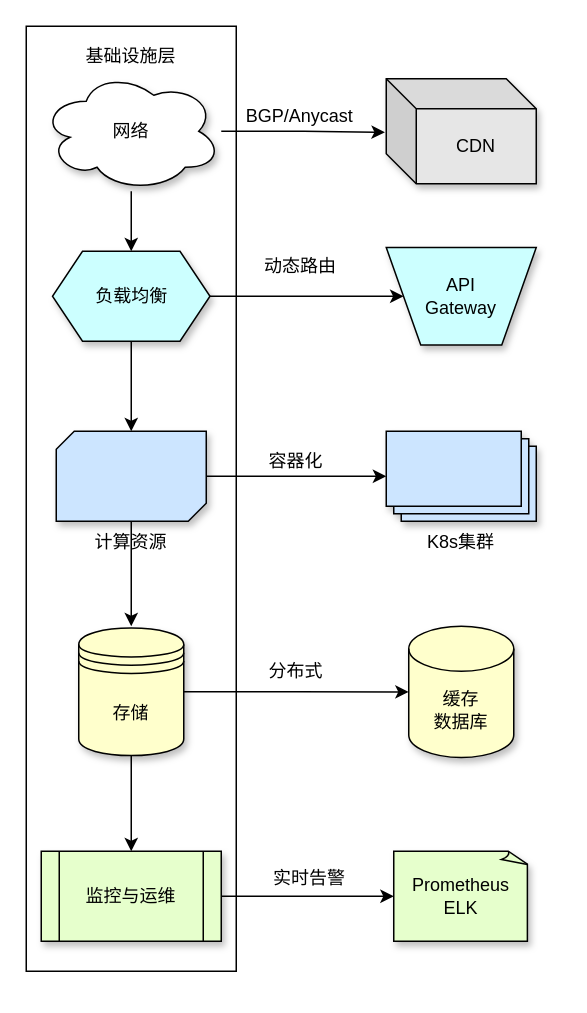
This is achitecture_diagram/架构分层-基础设施层.drawio from abigalexy/online_drawing, a draw.io file, before an edit. Source tidied: cells renumbered, new cells numbered last; positions are measured from the earlier drawing's top-left corner, leaving out a move shared by most shapes. Both pictures are drawn from the tidied source at 150%, with x=0, y=0 at pixel (26, 26).
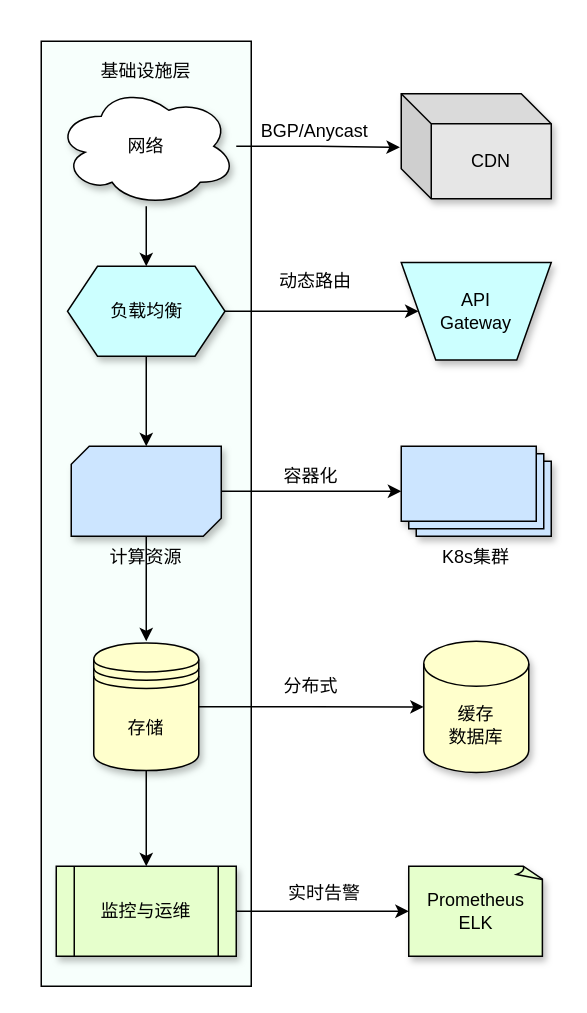
The same page after the edit.

Commit message:
更新架构分层-基础设施层.drawio

The edit, as a diff of the source:
```diff
@@
+    <mxCell id="28" style="group;" parent="1" vertex="1">
+      <mxGeometry x="10" y="10" width="340" height="630" as="geometry" />
+    </mxCell>
-    <mxCell id="2" style="rounded=0;whiteSpace=wrap;html=1;direction=south;" parent="1" vertex="1">
+    <mxCell id="2" style="rounded=0;whiteSpace=wrap;html=1;direction=south;fillColor=#F7FFFC;" parent="28" vertex="1">
       <mxGeometry width="140" height="630" as="geometry" />
     </mxCell>
-    <mxCell id="3" style="edgeStyle=orthogonalEdgeStyle;rounded=0;jettySize=auto;html=1;entryX=0.5;entryY=0;entryDx=0;entryDy=0;" parent="1" edge="1" source="4" target="6">
+    <mxCell id="3" style="edgeStyle=orthogonalEdgeStyle;rounded=0;jettySize=auto;html=1;entryX=0.5;entryY=0;entryDx=0;entryDy=0;" parent="28" edge="1" source="4" target="6">
       <mxGeometry relative="1" as="geometry" />
     </mxCell>
-    <mxCell id="4" value="网络" style="ellipse;shape=cloud;whiteSpace=wrap;html=1;shadow=1;fillColor=#FFFFFF;" parent="1" vertex="1">
+    <mxCell id="4" value="网络" style="ellipse;shape=cloud;whiteSpace=wrap;html=1;shadow=1;fillColor=#FFFFFF;" parent="28" vertex="1">
       <mxGeometry x="10" y="30" width="120" height="80" as="geometry" />
     </mxCell>
-    <mxCell id="5" style="edgeStyle=orthogonalEdgeStyle;rounded=0;jettySize=auto;html=1;exitX=1;exitY=0.5;exitDx=0;exitDy=0;entryX=0;entryY=0.5;entryDx=0;entryDy=0;" parent="1" edge="1" source="6" target="14">
+    <mxCell id="5" style="edgeStyle=orthogonalEdgeStyle;rounded=0;jettySize=auto;html=1;exitX=1;exitY=0.5;exitDx=0;exitDy=0;entryX=0;entryY=0.5;entryDx=0;entryDy=0;" parent="28" edge="1" source="6" target="14">
       <mxGeometry relative="1" as="geometry" />
     </mxCell>
-    <mxCell id="6" value="负载均衡" style="shape=hexagon;perimeter=hexagonPerimeter2;whiteSpace=wrap;html=1;fixedSize=1;fillColor=#CCFFFF;shadow=1;" parent="1" vertex="1">
+    <mxCell id="6" value="负载均衡" style="shape=hexagon;perimeter=hexagonPerimeter2;whiteSpace=wrap;html=1;fixedSize=1;fillColor=#CCFFFF;shadow=1;" parent="28" vertex="1">
       <mxGeometry x="17.5" y="150" width="105" height="60" as="geometry" />
     </mxCell>
-    <mxCell id="7" style="edgeStyle=orthogonalEdgeStyle;rounded=0;jettySize=auto;html=1;" parent="1" edge="1" source="9" target="15">
+    <mxCell id="7" style="edgeStyle=orthogonalEdgeStyle;rounded=0;jettySize=auto;html=1;" parent="28" edge="1" source="9" target="15">
       <mxGeometry relative="1" as="geometry" />
     </mxCell>
-    <mxCell id="8" style="edgeStyle=orthogonalEdgeStyle;rounded=0;jettySize=auto;html=1;" parent="1" edge="1" source="9">
+    <mxCell id="8" style="edgeStyle=orthogonalEdgeStyle;rounded=0;jettySize=auto;html=1;" parent="28" edge="1" source="9">
       <mxGeometry relative="1" as="geometry">
         <mxPoint x="70" y="400" as="targetPoint" />
       </mxGeometry>
     </mxCell>
-    <mxCell id="9" value="计算资源" style="verticalLabelPosition=bottom;verticalAlign=top;html=1;shape=mxgraph.basic.diag_snip_rect;dx=6;whiteSpace=wrap;fillColor=#CCE5FF;shadow=1;" parent="1" vertex="1">
+    <mxCell id="9" value="计算资源" style="verticalLabelPosition=bottom;verticalAlign=top;html=1;shape=mxgraph.basic.diag_snip_rect;dx=6;whiteSpace=wrap;fillColor=#CCE5FF;shadow=1;" parent="28" vertex="1">
       <mxGeometry x="20" y="270" width="100" height="60" as="geometry" />
     </mxCell>
-    <mxCell id="10" style="edgeStyle=orthogonalEdgeStyle;rounded=0;jettySize=auto;html=1;entryX=0.5;entryY=0;entryDx=0;entryDy=0;" parent="1" edge="1" source="11" target="12">
+    <mxCell id="10" style="edgeStyle=orthogonalEdgeStyle;rounded=0;jettySize=auto;html=1;entryX=0.5;entryY=0;entryDx=0;entryDy=0;" parent="28" edge="1" source="11" target="12">
       <mxGeometry relative="1" as="geometry" />
     </mxCell>
-    <mxCell id="11" value="存储" style="shape=datastore;whiteSpace=wrap;html=1;fillColor=#FFFFCC;shadow=1;" parent="1" vertex="1">
+    <mxCell id="11" value="存储" style="shape=datastore;whiteSpace=wrap;html=1;fillColor=#FFFFCC;shadow=1;" parent="28" vertex="1">
       <mxGeometry x="35" y="401.2" width="70" height="85" as="geometry" />
     </mxCell>
-    <mxCell id="12" value="监控与运维" style="shape=process;whiteSpace=wrap;html=1;backgroundOutline=1;fillColor=#E6FFCC;shadow=1;" parent="1" vertex="1">
+    <mxCell id="12" value="监控与运维" style="shape=process;whiteSpace=wrap;html=1;backgroundOutline=1;fillColor=#E6FFCC;shadow=1;" parent="28" vertex="1">
       <mxGeometry x="10" y="550" width="120" height="60" as="geometry" />
     </mxCell>
-    <mxCell id="13" value="CDN" style="shape=cube;whiteSpace=wrap;html=1;boundedLbl=1;backgroundOutline=1;darkOpacity=0.05;darkOpacity2=0.1;fillColor=#E6E6E6;shadow=1;" parent="1" vertex="1">
+    <mxCell id="13" value="CDN" style="shape=cube;whiteSpace=wrap;html=1;boundedLbl=1;backgroundOutline=1;darkOpacity=0.05;darkOpacity2=0.1;fillColor=#E6E6E6;shadow=1;" parent="28" vertex="1">
       <mxGeometry x="240" y="35" width="100" height="70" as="geometry" />
     </mxCell>
-    <mxCell id="14" value="API &lt;br&gt;Gateway" style="verticalLabelPosition=middle;verticalAlign=middle;html=1;shape=trapezoid;perimeter=trapezoidPerimeter;whiteSpace=wrap;size=0.23;arcSize=10;flipV=1;labelPosition=center;align=center;direction=east;shadow=1;fillColor=#CCFFFF;" parent="1" vertex="1">
+    <mxCell id="14" value="API &lt;br&gt;Gateway" style="verticalLabelPosition=middle;verticalAlign=middle;html=1;shape=trapezoid;perimeter=trapezoidPerimeter;whiteSpace=wrap;size=0.23;arcSize=10;flipV=1;labelPosition=center;align=center;direction=east;shadow=1;fillColor=#CCFFFF;" parent="28" vertex="1">
       <mxGeometry x="240" y="147.5" width="100" height="65" as="geometry" />
     </mxCell>
-    <mxCell id="15" value="K8s集群" style="verticalLabelPosition=bottom;verticalAlign=top;html=1;shape=mxgraph.basic.layered_rect;dx=10;outlineConnect=0;whiteSpace=wrap;fillColor=#CCE5FF;shadow=1;" parent="1" vertex="1">
+    <mxCell id="15" value="K8s集群" style="verticalLabelPosition=bottom;verticalAlign=top;html=1;shape=mxgraph.basic.layered_rect;dx=10;outlineConnect=0;whiteSpace=wrap;fillColor=#CCE5FF;shadow=1;" parent="28" vertex="1">
       <mxGeometry x="240" y="270" width="100" height="60" as="geometry" />
     </mxCell>
-    <mxCell id="16" value="缓存&lt;br&gt;数据库" style="shape=cylinder3;whiteSpace=wrap;html=1;boundedLbl=1;backgroundOutline=1;size=15;fillColor=#FFFFCC;shadow=1;" parent="1" vertex="1">
+    <mxCell id="16" value="缓存&lt;br&gt;数据库" style="shape=cylinder3;whiteSpace=wrap;html=1;boundedLbl=1;backgroundOutline=1;size=15;fillColor=#FFFFCC;shadow=1;" parent="28" vertex="1">
       <mxGeometry x="255" y="400" width="70" height="87.5" as="geometry" />
     </mxCell>
-    <mxCell id="17" style="edgeStyle=orthogonalEdgeStyle;rounded=0;jettySize=auto;html=1;entryX=-0.009;entryY=0.51;entryDx=0;entryDy=0;entryPerimeter=0;" parent="1" edge="1" source="4" target="13">
+    <mxCell id="17" style="edgeStyle=orthogonalEdgeStyle;rounded=0;jettySize=auto;html=1;entryX=-0.009;entryY=0.51;entryDx=0;entryDy=0;entryPerimeter=0;" parent="28" edge="1" source="4" target="13">
       <mxGeometry relative="1" as="geometry" />
     </mxCell>
-    <mxCell id="18" value="BGP/Anycast" style="text;strokeColor=none;align=center;fillColor=none;html=1;verticalAlign=middle;whiteSpace=wrap;rounded=0;" parent="1" vertex="1">
+    <mxCell id="18" value="BGP/Anycast" style="text;strokeColor=none;align=center;fillColor=none;html=1;verticalAlign=middle;whiteSpace=wrap;rounded=0;" parent="28" vertex="1">
       <mxGeometry x="141.8" y="50" width="81" height="20" as="geometry" />
     </mxCell>
-    <mxCell id="19" value="动态路由" style="text;strokeColor=none;align=center;fillColor=none;html=1;verticalAlign=middle;whiteSpace=wrap;rounded=0;" parent="1" vertex="1">
+    <mxCell id="19" value="动态路由" style="text;strokeColor=none;align=center;fillColor=none;html=1;verticalAlign=middle;whiteSpace=wrap;rounded=0;" parent="28" vertex="1">
       <mxGeometry x="153.5" y="150" width="57.5" height="20" as="geometry" />
     </mxCell>
-    <mxCell id="20" value="容器化" style="text;strokeColor=none;align=center;fillColor=none;html=1;verticalAlign=middle;whiteSpace=wrap;rounded=0;" parent="1" vertex="1">
+    <mxCell id="20" value="容器化" style="text;strokeColor=none;align=center;fillColor=none;html=1;verticalAlign=middle;whiteSpace=wrap;rounded=0;" parent="28" vertex="1">
       <mxGeometry x="159.8" y="280" width="39.5" height="20" as="geometry" />
     </mxCell>
-    <mxCell id="21" style="edgeStyle=orthogonalEdgeStyle;rounded=0;jettySize=auto;html=1;entryX=0;entryY=0.5;entryDx=0;entryDy=0;entryPerimeter=0;" parent="1" edge="1" source="11" target="16">
+    <mxCell id="21" style="edgeStyle=orthogonalEdgeStyle;rounded=0;jettySize=auto;html=1;entryX=0;entryY=0.5;entryDx=0;entryDy=0;entryPerimeter=0;" parent="28" edge="1" source="11" target="16">
       <mxGeometry relative="1" as="geometry" />
     </mxCell>
-    <mxCell id="22" value="分布式" style="text;strokeColor=none;align=center;fillColor=none;html=1;verticalAlign=middle;whiteSpace=wrap;rounded=0;" parent="1" vertex="1">
+    <mxCell id="22" value="分布式" style="text;strokeColor=none;align=center;fillColor=none;html=1;verticalAlign=middle;whiteSpace=wrap;rounded=0;" parent="28" vertex="1">
       <mxGeometry x="161" y="420" width="38.2" height="20" as="geometry" />
     </mxCell>
-    <mxCell id="23" value="Prometheus&lt;br&gt;ELK" style="whiteSpace=wrap;html=1;shape=mxgraph.basic.document;fillColor=#E6FFCC;shadow=1;" parent="1" vertex="1">
+    <mxCell id="23" value="Prometheus&lt;br&gt;ELK" style="whiteSpace=wrap;html=1;shape=mxgraph.basic.document;fillColor=#E6FFCC;shadow=1;" parent="28" vertex="1">
       <mxGeometry x="245" y="550" width="90" height="60" as="geometry" />
     </mxCell>
-    <mxCell id="24" style="edgeStyle=orthogonalEdgeStyle;rounded=0;jettySize=auto;html=1;entryX=0;entryY=0.5;entryDx=0;entryDy=0;entryPerimeter=0;" parent="1" edge="1" source="12" target="23">
+    <mxCell id="24" style="edgeStyle=orthogonalEdgeStyle;rounded=0;jettySize=auto;html=1;entryX=0;entryY=0.5;entryDx=0;entryDy=0;entryPerimeter=0;" parent="28" edge="1" source="12" target="23">
       <mxGeometry relative="1" as="geometry" />
     </mxCell>
-    <mxCell id="25" value="实时告警" style="text;strokeColor=none;align=center;fillColor=none;html=1;verticalAlign=middle;whiteSpace=wrap;rounded=0;" parent="1" vertex="1">
+    <mxCell id="25" value="实时告警" style="text;strokeColor=none;align=center;fillColor=none;html=1;verticalAlign=middle;whiteSpace=wrap;rounded=0;" parent="28" vertex="1">
       <mxGeometry x="159.8" y="560" width="58.2" height="15" as="geometry" />
     </mxCell>
-    <mxCell id="26" style="edgeStyle=orthogonalEdgeStyle;rounded=0;jettySize=auto;html=1;exitX=0.5;exitY=1;exitDx=0;exitDy=0;entryX=0.5;entryY=0;entryDx=0;entryDy=0;entryPerimeter=0;" parent="1" edge="1" source="6" target="9">
+    <mxCell id="26" style="edgeStyle=orthogonalEdgeStyle;rounded=0;jettySize=auto;html=1;exitX=0.5;exitY=1;exitDx=0;exitDy=0;entryX=0.5;entryY=0;entryDx=0;entryDy=0;entryPerimeter=0;" parent="28" edge="1" source="6" target="9">
       <mxGeometry relative="1" as="geometry" />
     </mxCell>
-    <mxCell id="27" value="基础设施层" style="text;strokeColor=none;align=center;fillColor=none;html=1;verticalAlign=middle;whiteSpace=wrap;rounded=0;" parent="1" vertex="1">
+    <mxCell id="27" value="基础设施层" style="text;strokeColor=none;align=center;fillColor=none;html=1;verticalAlign=middle;whiteSpace=wrap;rounded=0;" parent="28" vertex="1">
       <mxGeometry x="35" y="10" width="70" height="20" as="geometry" />
     </mxCell>
```
